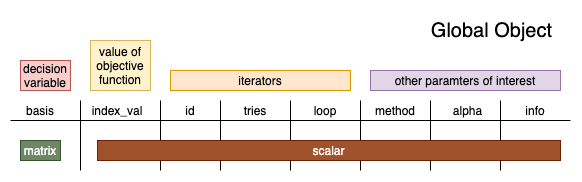
Earlier version of the draw.io export figures/global_obj.png (huizezhang-sherry/paper-ferrn). Source tidied: cells renumbered, new cells last; positions are measured from the earlier drawing's top-left corner, leaving out a move shared by most shapes.
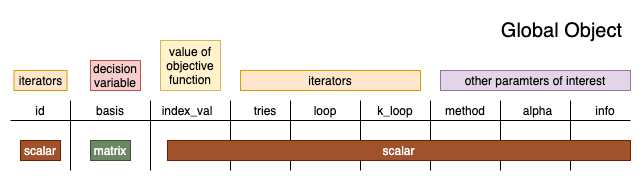
Later version of the same file.

Commit message:
tweaks on the definition of global object, mainly notation

The edit, as a diff of the source:
```diff
@@ -4,8 +4,8 @@
     <mxCell id="1" parent="0" />
     <mxCell id="2" style="endArrow=none;html=1;" parent="1" edge="1">
       <mxGeometry relative="1" as="geometry">
-        <mxPoint y="110" as="sourcePoint" />
-        <mxPoint x="560" y="110" as="targetPoint" />
+        <mxPoint x="-70" y="110" as="sourcePoint" />
+        <mxPoint x="550" y="110" as="targetPoint" />
       </mxGeometry>
     </mxCell>
     <mxCell id="3" value="basis" style="text;html=1;strokeColor=none;fillColor=none;align=center;verticalAlign=middle;whiteSpace=wrap;rounded=0;" parent="1" vertex="1">
@@ -14,15 +14,9 @@
     <mxCell id="4" value="index_val" style="text;html=1;strokeColor=none;fillColor=none;align=center;verticalAlign=middle;whiteSpace=wrap;rounded=0;" parent="1" vertex="1">
       <mxGeometry x="77" y="90" width="60" height="20" as="geometry" />
     </mxCell>
-    <mxCell id="5" value="id" style="text;html=1;strokeColor=none;fillColor=none;align=center;verticalAlign=middle;whiteSpace=wrap;rounded=0;" parent="1" vertex="1">
-      <mxGeometry x="170" y="90" width="20" height="20" as="geometry" />
-    </mxCell>
     <mxCell id="6" value="loop" style="text;html=1;strokeColor=none;fillColor=none;align=center;verticalAlign=middle;whiteSpace=wrap;rounded=0;" parent="1" vertex="1">
-      <mxGeometry x="300" y="90" width="30" height="20" as="geometry" />
+      <mxGeometry x="230" y="90" width="30" height="20" as="geometry" />
     </mxCell>
-    <mxCell id="7" value="tries" style="text;html=1;strokeColor=none;fillColor=none;align=center;verticalAlign=middle;whiteSpace=wrap;rounded=0;" parent="1" vertex="1">
-      <mxGeometry x="230" y="90" width="30" height="20" as="geometry" />
-    </mxCell>
     <mxCell id="8" value="method" style="text;html=1;strokeColor=none;fillColor=none;align=center;verticalAlign=middle;whiteSpace=wrap;rounded=0;" parent="1" vertex="1">
       <mxGeometry x="360" y="90" width="50" height="20" as="geometry" />
     </mxCell>
@@ -95,5 +89,26 @@
     <mxCell id="24" value="&lt;font style=&quot;font-size: 20px&quot;&gt;Global Object&lt;/font&gt;" style="text;html=1;strokeColor=none;fillColor=none;align=right;verticalAlign=middle;whiteSpace=wrap;rounded=1;fontStyle=0;spacing=2;horizontal=1;labelBorderColor=none;spacingTop=6;spacingBottom=6;spacingLeft=6;spacingRight=6;" parent="1" vertex="1">
       <mxGeometry x="400" width="150" height="40" as="geometry" />
     </mxCell>
+    <mxCell id="25" style="endArrow=none;html=1;" parent="1" edge="1">
+      <mxGeometry relative="1" as="geometry">
+        <mxPoint x="-10" y="160" as="sourcePoint" />
+        <mxPoint x="-10" y="90" as="targetPoint" />
+      </mxGeometry>
+    </mxCell>
+    <mxCell id="5" value="id" style="text;html=1;strokeColor=none;fillColor=none;align=center;verticalAlign=middle;whiteSpace=wrap;rounded=0;" parent="1" vertex="1">
+      <mxGeometry x="-50" y="90" width="20" height="20" as="geometry" />
+    </mxCell>
+    <mxCell id="26" value="scalar" style="text;html=1;strokeColor=#6D1F00;fillColor=#a0522d;align=center;verticalAlign=middle;whiteSpace=wrap;rounded=0;fontColor=#ffffff;" parent="1" vertex="1">
+      <mxGeometry x="-60" y="130" width="40" height="20" as="geometry" />
+    </mxCell>
+    <mxCell id="7" value="tries" style="text;html=1;strokeColor=none;fillColor=none;align=center;verticalAlign=middle;whiteSpace=wrap;rounded=0;" parent="1" vertex="1">
+      <mxGeometry x="170" y="90" width="30" height="20" as="geometry" />
+    </mxCell>
+    <mxCell id="27" value="iterators" style="text;html=1;strokeColor=#d79b00;fillColor=#ffe6cc;align=center;verticalAlign=middle;whiteSpace=wrap;rounded=0;" parent="1" vertex="1">
+      <mxGeometry x="-66.5" y="60" width="53" height="20" as="geometry" />
+    </mxCell>
+    <mxCell id="28" value="k_loop" style="text;html=1;strokeColor=none;fillColor=none;align=center;verticalAlign=middle;whiteSpace=wrap;rounded=0;" parent="1" vertex="1">
+      <mxGeometry x="300" y="90" width="30" height="20" as="geometry" />
+    </mxCell>
   </root>
 </mxGraphModel>
```
